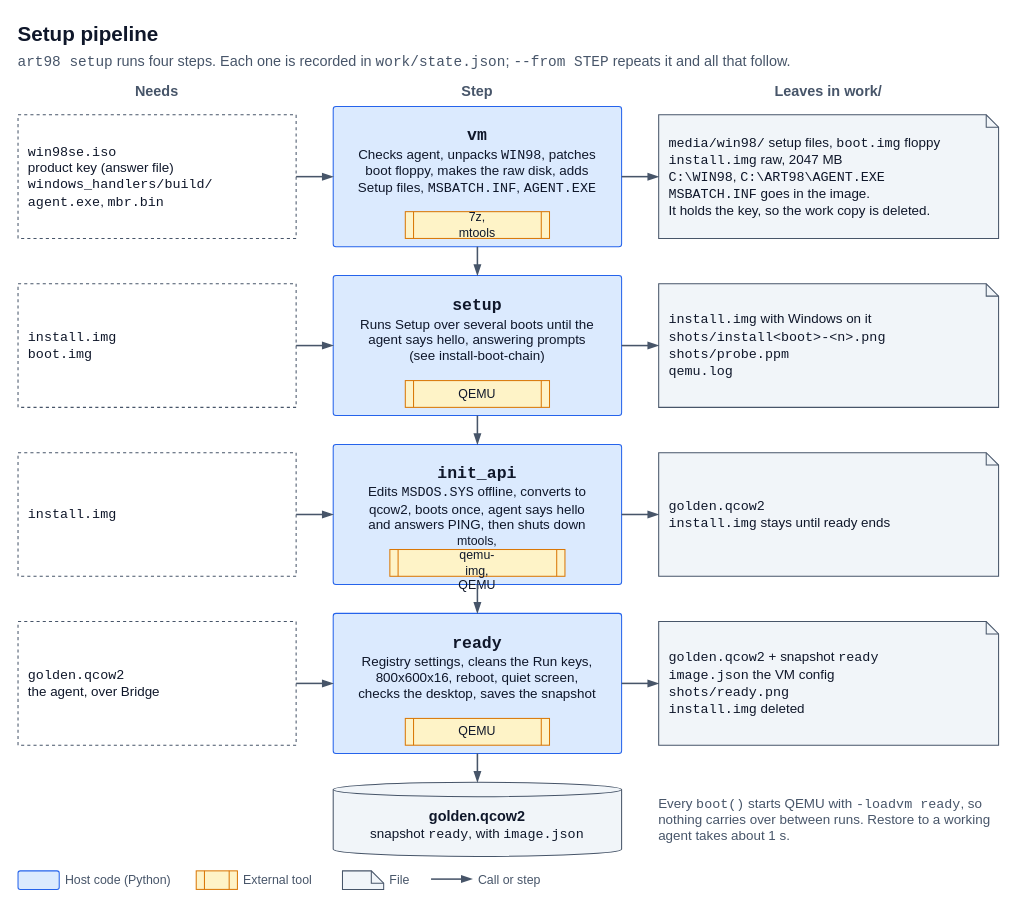
Above: docs/diagrams/prep-pipeline.drawio in StanLukuvka/98artware (draw.io), before the change. Source tidied: cells renumbered, new cells numbered last; positions are measured from the earlier drawing's top-left corner, leaving out a move shared by most shapes. Both pictures are drawn from the tidied source at 103%, with x=0, y=0 at pixel (18, 18).
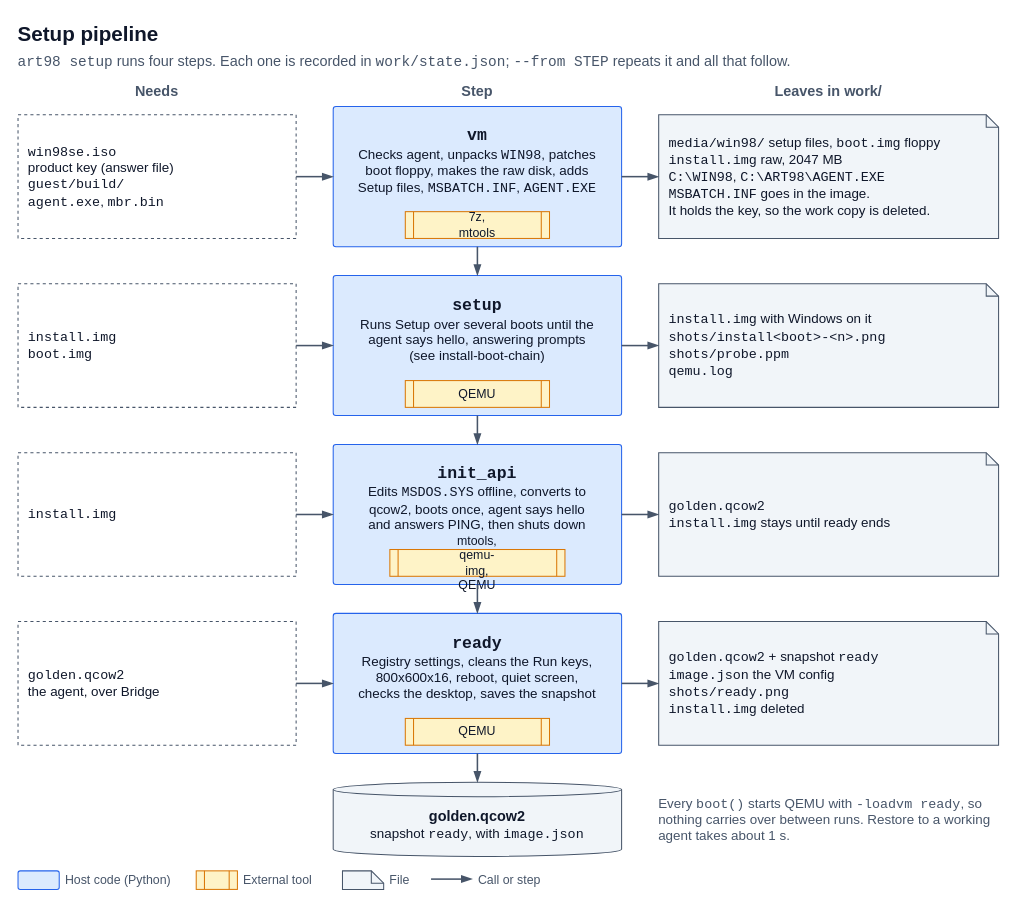
After the change.

The edit, as a diff of the source:
```diff
@@
-    <mxCell id="7" value="&lt;font face=&quot;Courier New&quot;&gt;win98se.iso&lt;/font&gt;&lt;br&gt;product key (answer file)&lt;br&gt;&lt;font face=&quot;Courier New&quot;&gt;windows_handlers/build/&lt;/font&gt;&lt;br&gt;&lt;font face=&quot;Courier New&quot;&gt;agent.exe&lt;/font&gt;, &lt;font face=&quot;Courier New&quot;&gt;mbr.bin&lt;/font&gt;" style="rounded=0;fillColor=#FFFFFF;strokeColor=#475569;dashed=1;whiteSpace=wrap;html=1;fontFamily=Helvetica;fontSize=13;fontColor=#0F172A;align=left;verticalAlign=middle;spacingLeft=8;spacingRight=8;" parent="1" vertex="1">
+    <mxCell id="7" value="&lt;font face=&quot;Courier New&quot;&gt;win98se.iso&lt;/font&gt;&lt;br&gt;product key (answer file)&lt;br&gt;&lt;font face=&quot;Courier New&quot;&gt;guest/build/&lt;/font&gt;&lt;br&gt;&lt;font face=&quot;Courier New&quot;&gt;agent.exe&lt;/font&gt;, &lt;font face=&quot;Courier New&quot;&gt;mbr.bin&lt;/font&gt;" style="rounded=0;fillColor=#FFFFFF;strokeColor=#475569;dashed=1;whiteSpace=wrap;html=1;fontFamily=Helvetica;fontSize=13;fontColor=#0F172A;align=left;verticalAlign=middle;spacingLeft=8;spacingRight=8;" parent="1" vertex="1">
       <mxGeometry y="94" width="270" height="120" as="geometry" />
     </mxCell>
```
